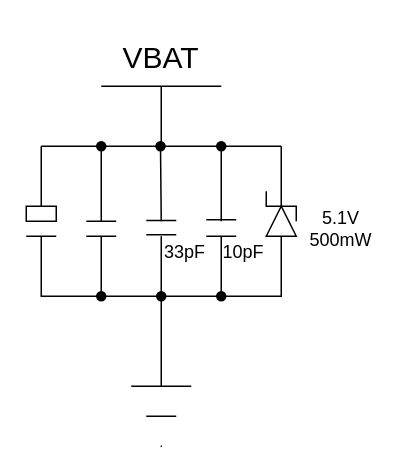
Before: VBAR към земя.drawio in DanielDimitrov123/Smart-Domophone, a draw.io diagram. Source tidied: cells renumbered, new cells numbered last; positions are measured from the earlier drawing's top-left corner, leaving out a move shared by most shapes. Both pictures are drawn from the tidied source at 150%, with x=0, y=0 at pixel (26, 26).
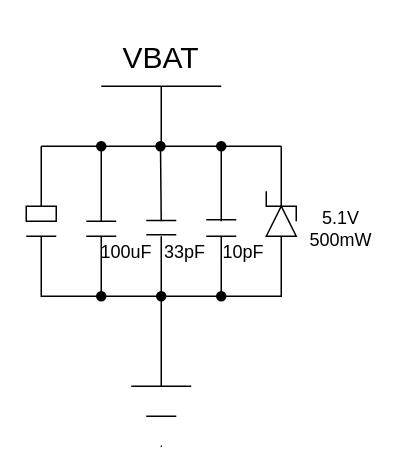
Above is the later version.

Change to the diagram source:
```diff
@@
+    <mxCell id="30" value="100uF" style="text;html=1;align=center;verticalAlign=middle;whiteSpace=wrap;rounded=0;" parent="1" vertex="1">
+      <mxGeometry x="37" y="136" width="60" height="30" as="geometry" />
+    </mxCell>
```
